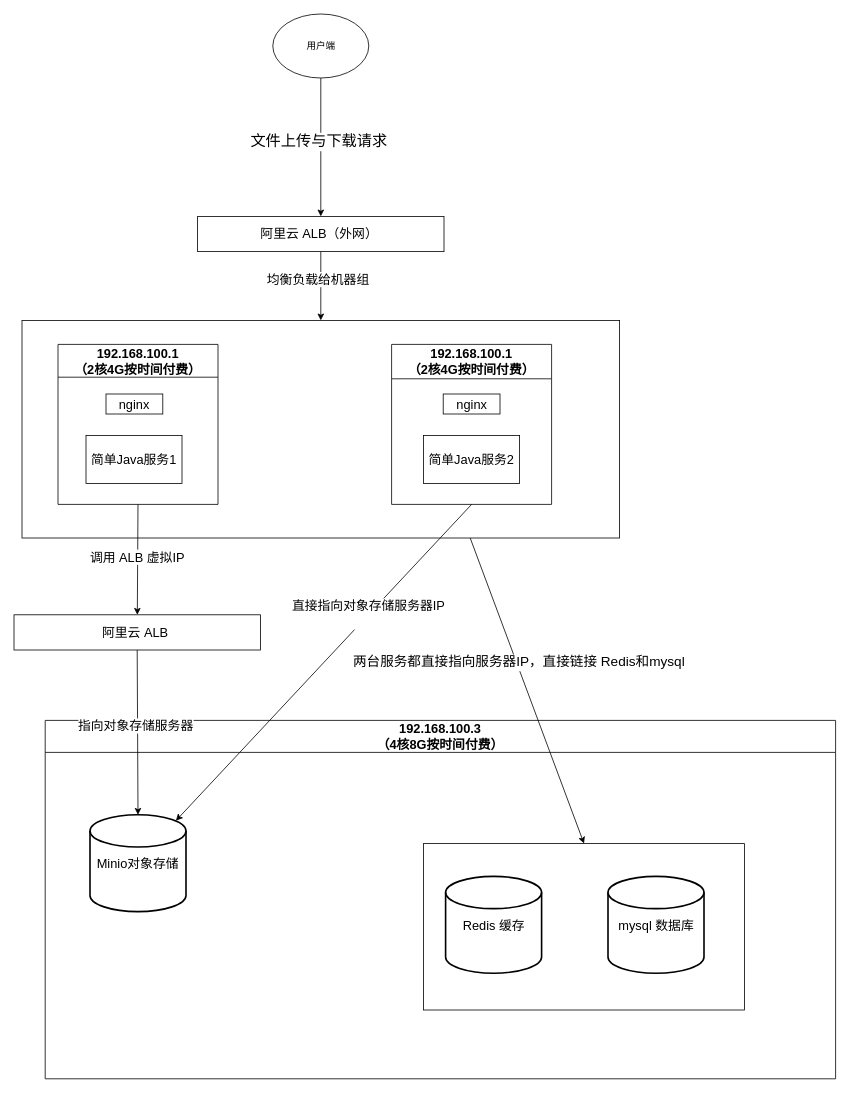
MuggleStar/draw_io keeps this draw.io diagram as ence/slb-plan.drawio. Above is the earlier version. Source tidied: cells renumbered, new cells numbered last; positions are measured from the earlier drawing's top-left corner, leaving out a move shared by most shapes. Both pictures are drawn from the tidied source at 80%, with x=0, y=0 at pixel (14, 14).
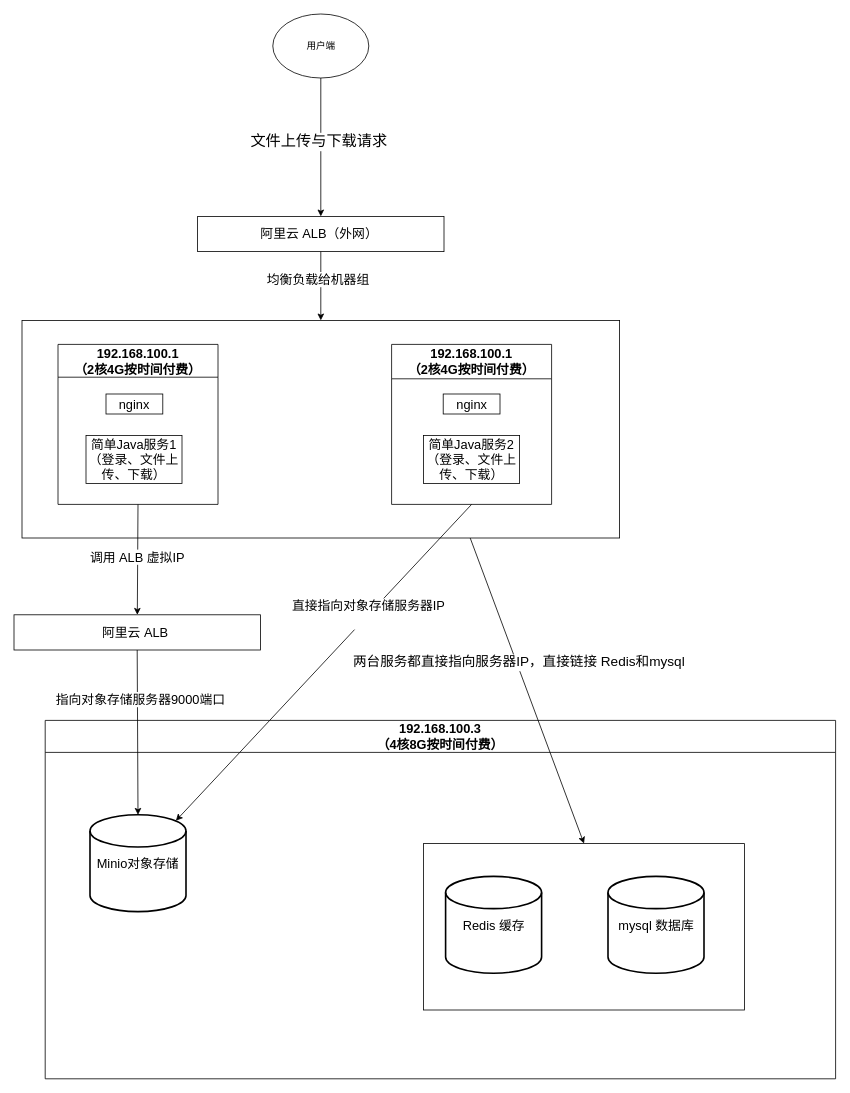
The same diagram, later.

Unchanged cells that the change refers to:
```xml
<mxCell id="3" value="192.168.100.1&lt;br&gt;（2核4G按时间付费）" style="swimlane;whiteSpace=wrap;html=1;startSize=41;fontSize=16;" parent="1" vertex="1">
  <mxGeometry x="55" y="413" width="200" height="200" as="geometry" />
</mxCell>
<mxCell id="10" value="192.168.100.1&lt;br&gt;（2核4G按时间付费）" style="swimlane;whiteSpace=wrap;html=1;startSize=43;fontSize=16;" parent="1" vertex="1">
  <mxGeometry x="472" y="413" width="200" height="200" as="geometry" />
</mxCell>
<mxCell id="19" style="endArrow=classic;html=1;rounded=0;exitX=0.5;exitY=1;exitDx=0;exitDy=0;fontSize=16;entryX=0.5;entryY=0;entryDx=0;entryDy=0;entryPerimeter=0;" parent="1" edge="1" source="13" target="6">
  <mxGeometry relative="1" as="geometry" />
</mxCell>
```

The edit, as a diff of the source:
```diff
@@
-    <mxCell id="4" value="简单Java服务1" style="rounded=0;whiteSpace=wrap;html=1;fontSize=16;" parent="3" vertex="1">
+    <mxCell id="4" value="简单Java服务1&lt;br&gt;（登录、文件上传、下载）" style="rounded=0;whiteSpace=wrap;html=1;fontSize=16;" parent="3" vertex="1">
       <mxGeometry x="35" y="114" width="120" height="60" as="geometry" />
     </mxCell>
@@
-    <mxCell id="11" value="简单Java服务2" style="rounded=0;whiteSpace=wrap;html=1;fontSize=16;" parent="10" vertex="1">
+    <mxCell id="11" value="简单Java服务2&lt;br&gt;（登录、文件上传、下载）" style="rounded=0;whiteSpace=wrap;html=1;fontSize=16;" parent="10" vertex="1">
       <mxGeometry x="40" y="114" width="120" height="60" as="geometry" />
     </mxCell>
@@
-    <mxCell id="20" value="指向对象存储服务器" style="edgeLabel;html=1;align=center;verticalAlign=middle;fontSize=16;" parent="19" vertex="1">
-      <mxGeometry x="-0.09" y="-3" relative="1" as="geometry" />
+    <mxCell id="20" value="指向对象存储服务器9000端口" style="edgeLabel;html=1;align=center;verticalAlign=middle;fontSize=16;" parent="19" vertex="1">
+      <mxGeometry x="-0.09" y="-3" relative="1" as="geometry">
+        <mxPoint x="6" y="-33" as="offset" />
+      </mxGeometry>
     </mxCell>
```
